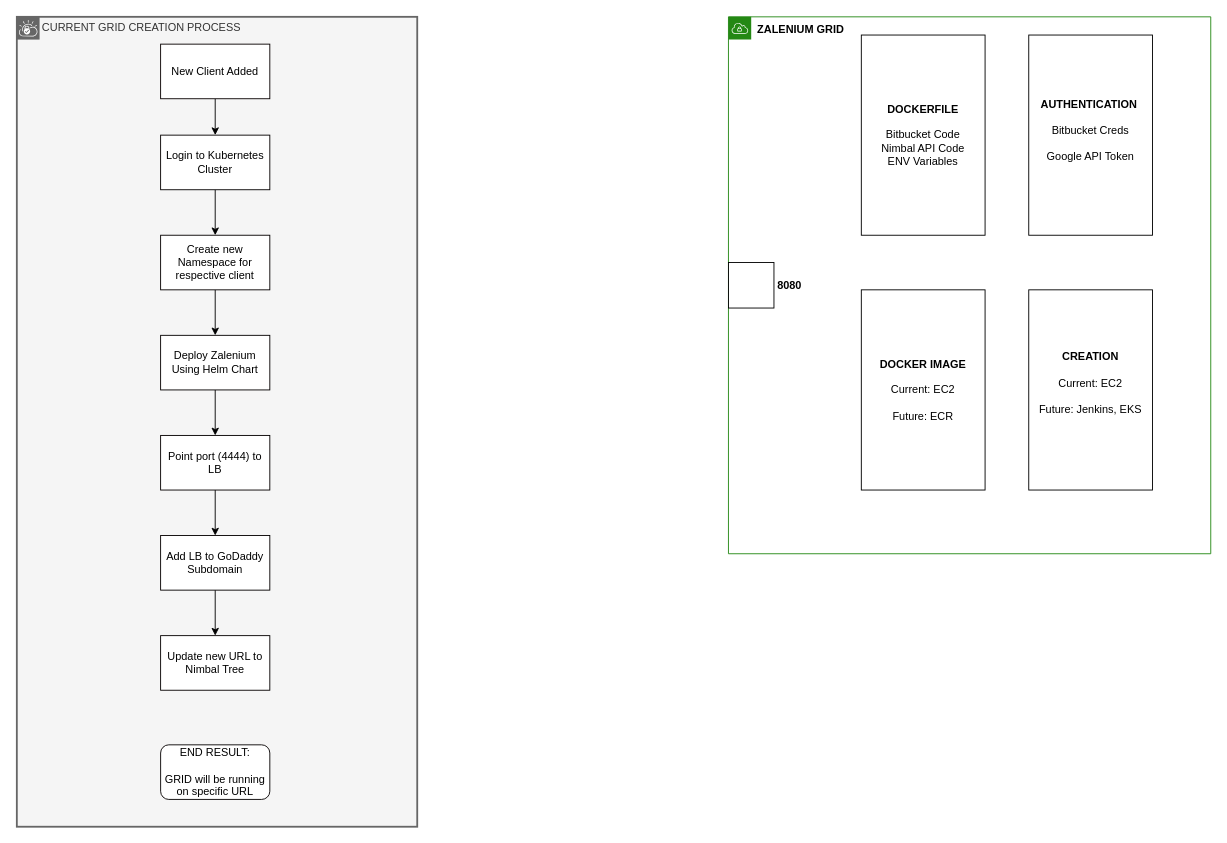
The draw.io diagram page "GRID" (6 of 8) of Nimbal.drawio in haarsh31/architecture, before the edit. Source tidied: cells renumbered, new cells numbered last; positions are measured from the earlier drawing's top-left corner, leaving out a move shared by most shapes. Both pictures are drawn from the tidied source at 91%, with x=0, y=0 at pixel (16, 16).
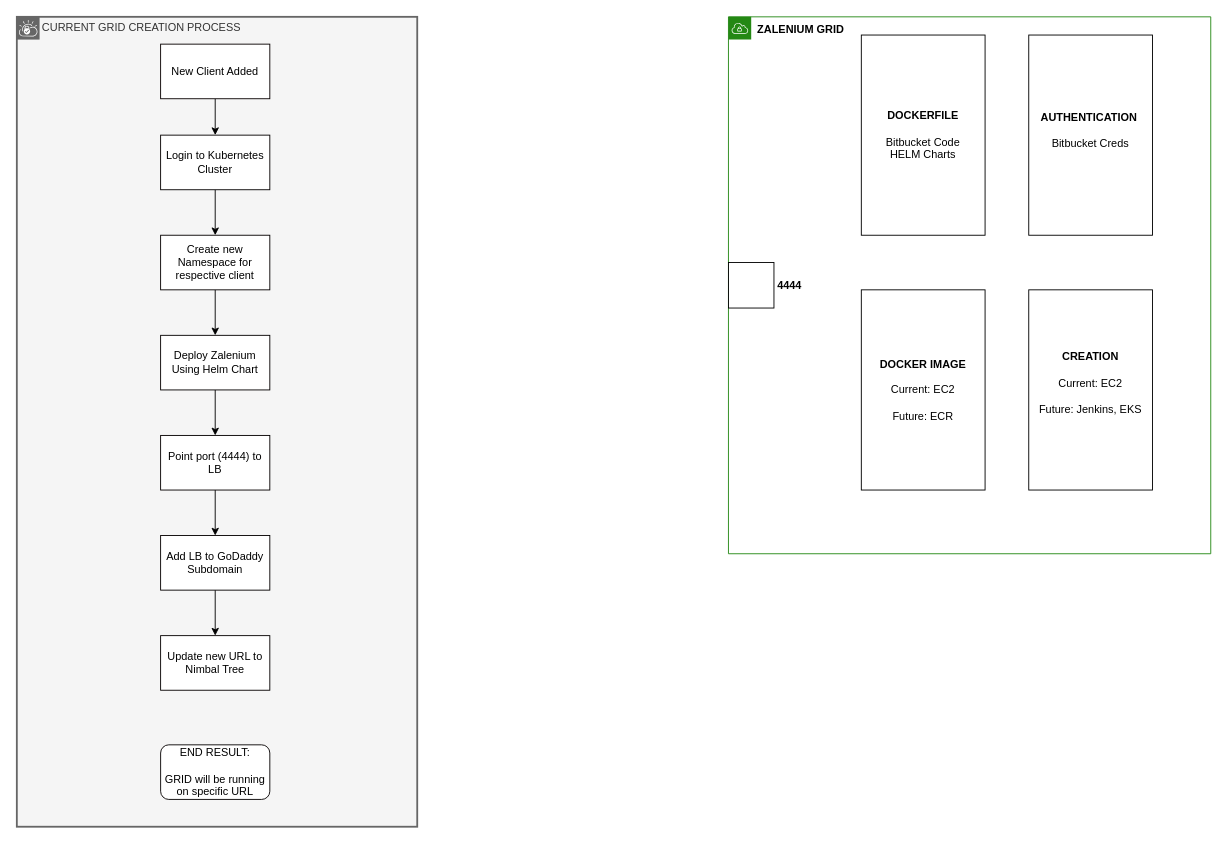
The same diagram, later.

Diff of the diagram source:
```diff
@@
-    <mxCell id="3" value="8080" style="fontStyle=1;labelPosition=right;verticalLabelPosition=middle;align=left;verticalAlign=middle;spacingLeft=2;fillColor=default;" parent="1" vertex="1">
+    <mxCell id="3" value="4444" style="fontStyle=1;labelPosition=right;verticalLabelPosition=middle;align=left;verticalAlign=middle;spacingLeft=2;fillColor=default;" parent="1" vertex="1">
       <mxGeometry x="782" y="270" width="50" height="50" as="geometry" />
     </mxCell>
@@
-    <mxCell id="5" value="&lt;b&gt;DOCKERFILE&lt;/b&gt;&lt;br&gt;&lt;br&gt;Bitbucket Code&lt;br&gt;Nimbal API Code&lt;br&gt;ENV Variables" style="text;html=1;strokeColor=none;fillColor=none;align=center;verticalAlign=middle;whiteSpace=wrap;rounded=0;" parent="1" vertex="1">
+    <mxCell id="5" value="&lt;b&gt;DOCKERFILE&lt;/b&gt;&lt;br&gt;&lt;br&gt;Bitbucket Code&lt;br&gt;HELM Charts" style="text;html=1;strokeColor=none;fillColor=none;align=center;verticalAlign=middle;whiteSpace=wrap;rounded=0;" parent="1" vertex="1">
       <mxGeometry x="946" y="45" width="100" height="170" as="geometry" />
     </mxCell>
@@
-    <mxCell id="7" value="&lt;b&gt;AUTHENTICATION&amp;nbsp;&lt;/b&gt;&lt;br&gt;&lt;br&gt;Bitbucket Creds&lt;br&gt;&lt;br&gt;Google API Token" style="text;html=1;strokeColor=none;fillColor=none;align=center;verticalAlign=middle;whiteSpace=wrap;rounded=0;" parent="1" vertex="1">
+    <mxCell id="7" value="&lt;b&gt;AUTHENTICATION&amp;nbsp;&lt;/b&gt;&lt;br&gt;&lt;br&gt;Bitbucket Creds&lt;br&gt;" style="text;html=1;strokeColor=none;fillColor=none;align=center;verticalAlign=middle;whiteSpace=wrap;rounded=0;" parent="1" vertex="1">
       <mxGeometry x="1130" y="40" width="100" height="170" as="geometry" />
     </mxCell>
```
